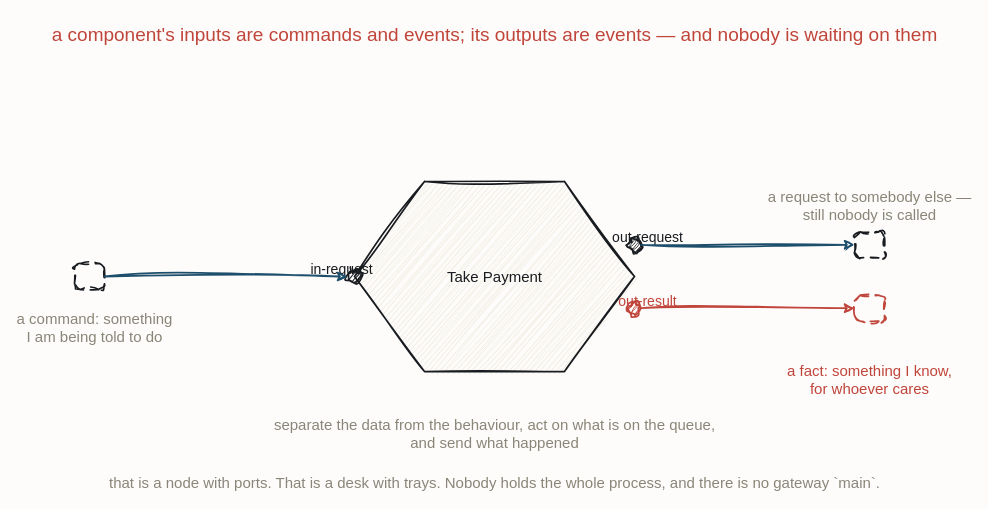
Above: resources/flow-command-event-ports.drawio in iancooper/practical-messaging (draw.io), before the change. Source tidied: cells renumbered, new cells numbered last; positions are measured from the earlier drawing's top-left corner, leaving out a move shared by most shapes. Both pictures are drawn from the tidied source at 100%, with x=0, y=0 at pixel (34, 17).
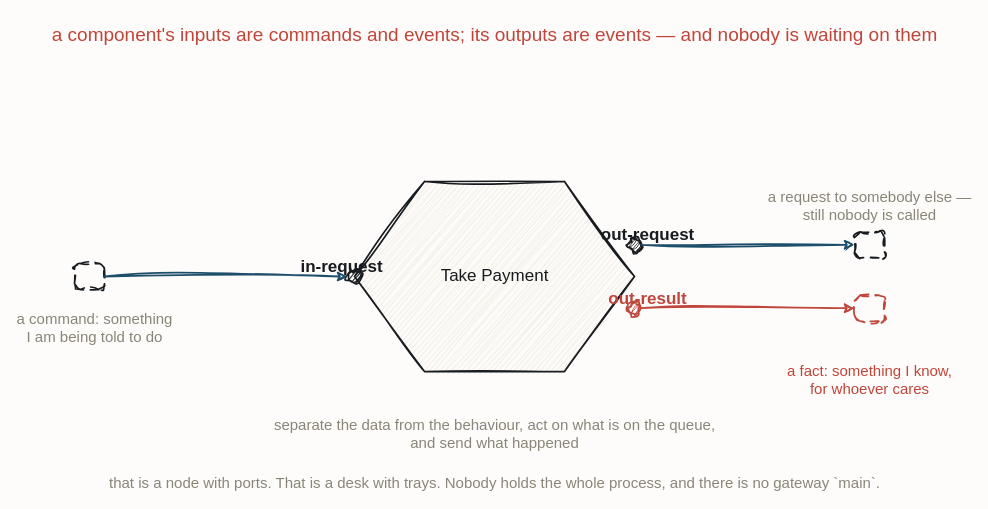
The same diagram, later.

The edit, as a diff of the source:
```diff
@@
-    <mxCell id="3" value="Take Payment" style="sketch=1;hachureGap=4;jiggle=2;curveFitting=1;fontFamily=Caveat;html=1;shape=hexagon;perimeter=hexagonPerimeter2;strokeColor=#181B1F;strokeWidth=1.7;fillColor=#F3EFE6;fontColor=#181B1F;fontSize=15;" parent="1" vertex="1">
+    <mxCell id="3" value="Take Payment" style="sketch=1;hachureGap=4;jiggle=2;curveFitting=1;fontFamily=Caveat;html=1;shape=hexagon;perimeter=hexagonPerimeter2;strokeColor=#181B1F;strokeWidth=1.7;fillColor=#F3EFE6;fontColor=#181B1F;fontSize=17;" parent="1" vertex="1">
       <mxGeometry x="320" y="164" width="280" height="190" as="geometry" />
     </mxCell>
@@
-    <mxCell id="5" value="in-request" style="text;html=1;align=center;fontFamily=Caveat;fontSize=14;fontColor=#181B1F;" parent="1" vertex="1">
-      <mxGeometry x="247" y="237" width="120" height="20" as="geometry" />
+    <mxCell id="5" value="in-request" style="text;html=1;align=center;fontFamily=Caveat;fontSize=17;fontColor=#181B1F;fontStyle=1;" parent="1" vertex="1">
+      <mxGeometry x="247" y="233" width="120" height="20" as="geometry" />
     </mxCell>
@@
-    <mxCell id="7" value="out-request" style="text;html=1;align=center;fontFamily=Caveat;fontSize=14;fontColor=#181B1F;" parent="1" vertex="1">
-      <mxGeometry x="553" y="205.3" width="120" height="20" as="geometry" />
+    <mxCell id="7" value="out-request" style="text;html=1;align=center;fontFamily=Caveat;fontSize=17;fontColor=#181B1F;fontStyle=1;" parent="1" vertex="1">
+      <mxGeometry x="553" y="201.3" width="120" height="20" as="geometry" />
     </mxCell>
@@
-    <mxCell id="9" value="out-result" style="text;html=1;align=center;fontFamily=Caveat;fontSize=14;fontColor=#C0453B;" parent="1" vertex="1">
-      <mxGeometry x="553" y="268.7" width="120" height="20" as="geometry" />
+    <mxCell id="9" value="out-result" style="text;html=1;align=center;fontFamily=Caveat;fontSize=17;fontColor=#C0453B;fontStyle=1;" parent="1" vertex="1">
+      <mxGeometry x="553" y="264.7" width="120" height="20" as="geometry" />
     </mxCell>
```
